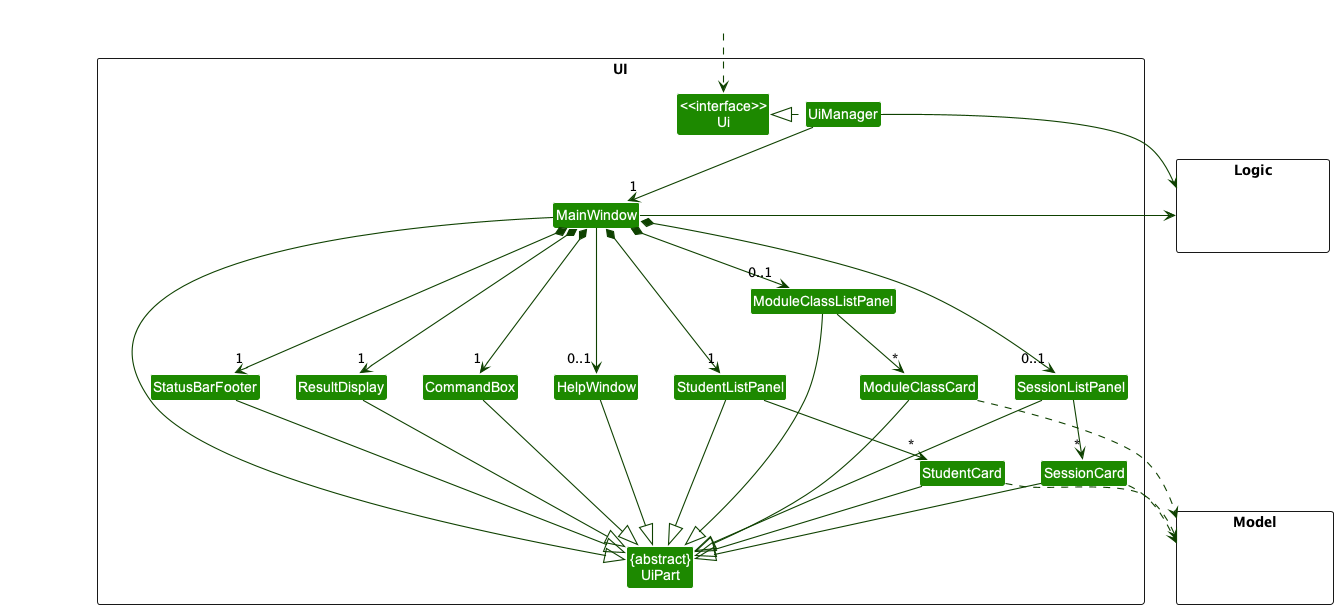
Earlier version of the PlantUML export docs/images/UiClassDiagram.png (nus-cs2103-AY2223S1/tp).
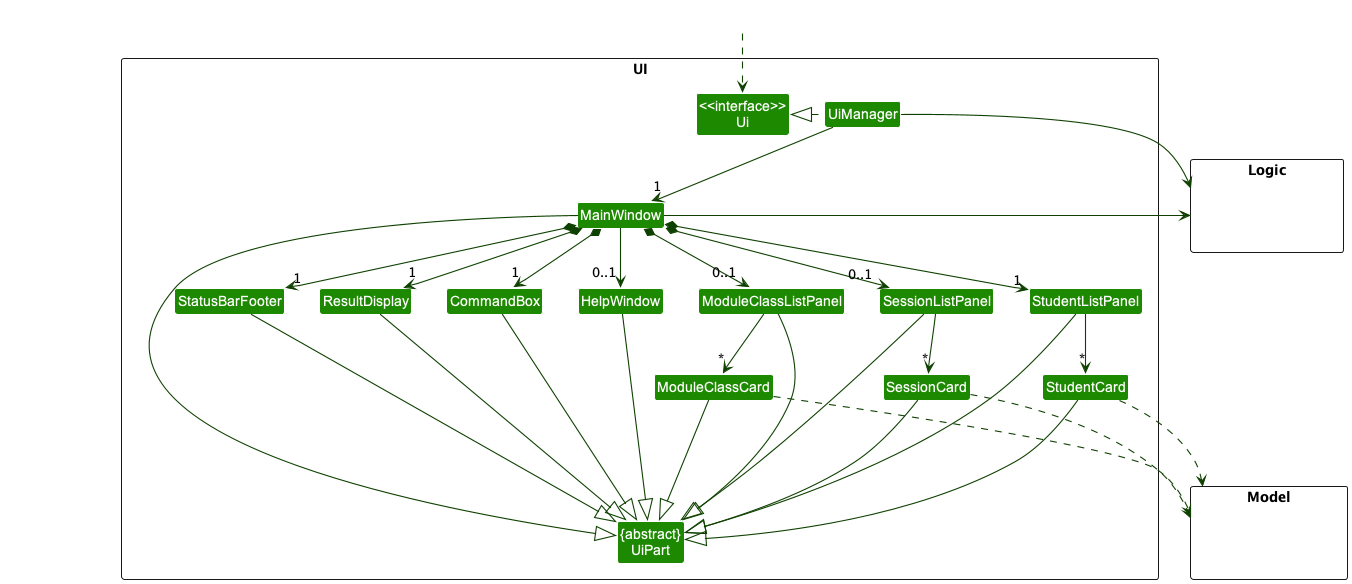
After the commit.

What changed in the source:
```diff
@@ -66,9 +66,12 @@
 MainWindow -left-> Logic
 
 StudentListPanel -[hidden]left- HelpWindow
+ModuleClassListPanel -[hidden]right- SessionListPanel
 HelpWindow -[hidden]left- CommandBox
 CommandBox -[hidden]left- ResultDisplay
 ResultDisplay -[hidden]left- StatusBarFooter
+StudentCard -[hidden]right- ModuleClassCard
+ModuleClassCard -[hidden]right- SessionCard
 
 MainWindow -[hidden]-|> UiPart
 @enduml
```
